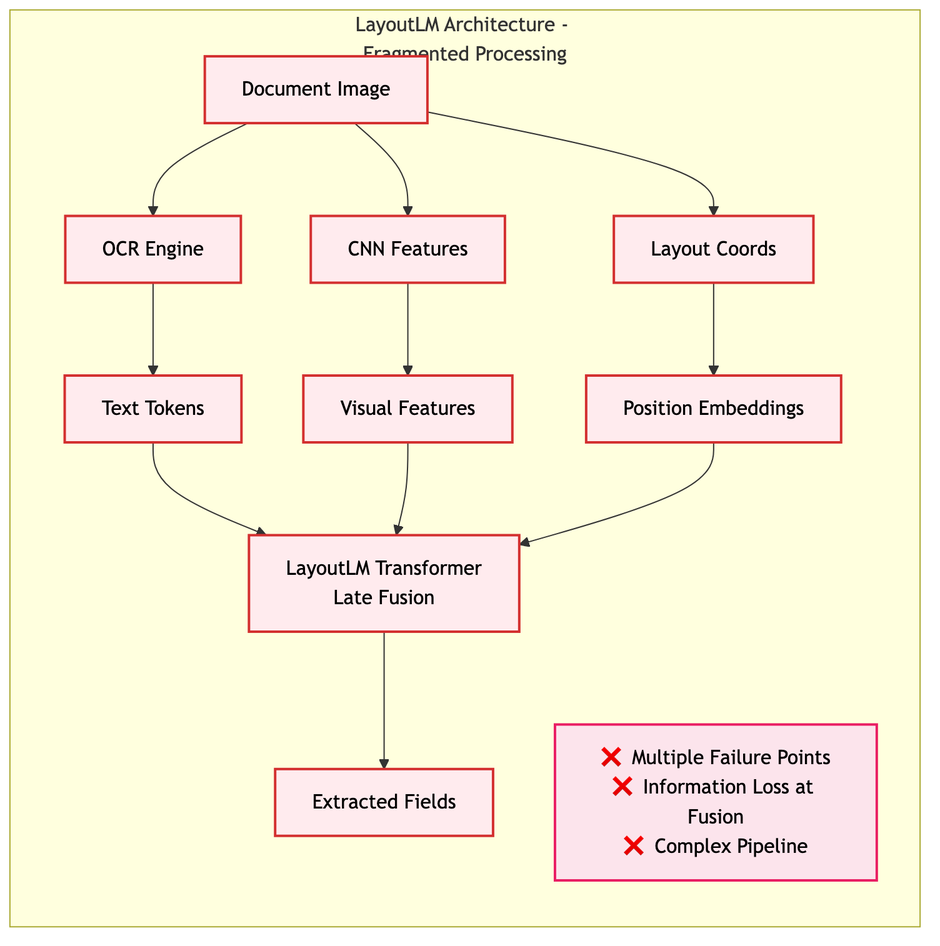
This is presentation_materials/presentation_diagrams/mermaid_exports/LayoutLM_Architecture_Only.png from tmnestor/unified_vision_processor_minimal, a Mermaid export, as it was before one commit. Its source is kept beside it as presentation_materials/presentation_diagrams/mermaid_exports/LayoutLM_Architecture_Only.mmd.
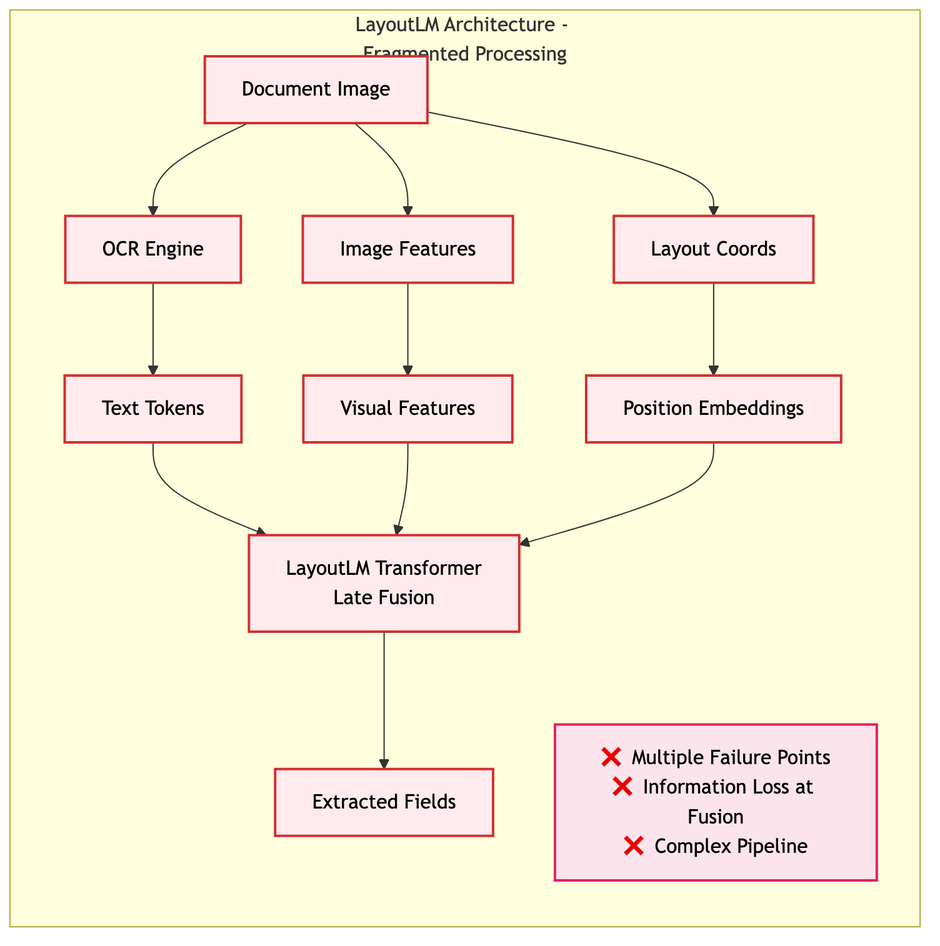
The same diagram one commit later.

The edit, as a diff of the source:
```diff
@@ -1,7 +1,7 @@
 graph TD
     subgraph layoutlm ["LayoutLM Architecture - Fragmented Processing"]
         L1[Document Image] --> L2A[OCR Engine]
-        L1 --> L2B[CNN Features]
+        L1 --> L2B[Image Features]
         L1 --> L2C[Layout Coords]
 
         L2A --> L3A[Text Tokens]
```
